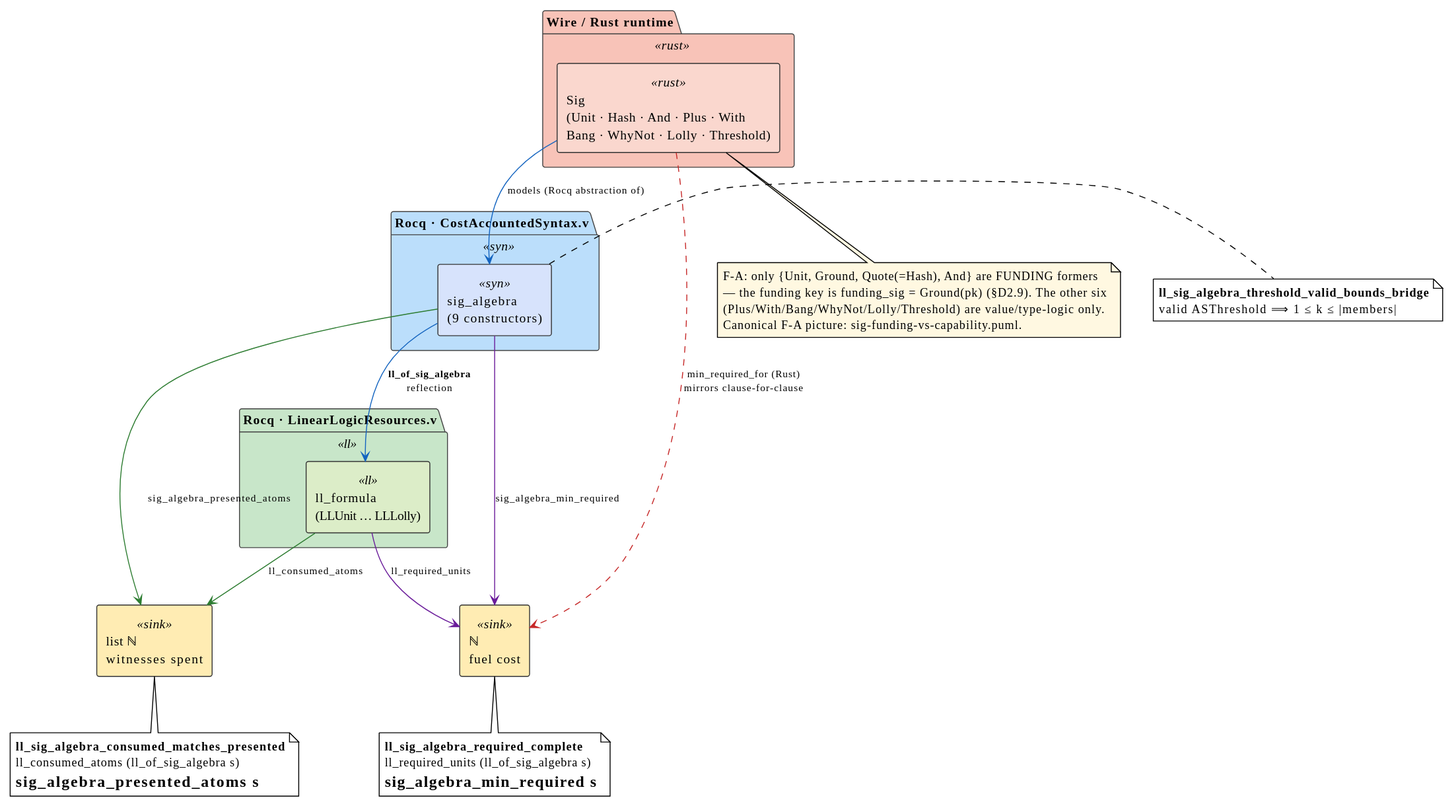
Before: docs/theory/diagrams/ll-reflection-pipeline.svg, a diagram exported from PlantUML (F1R3FLY-io/f1r3node-rust).
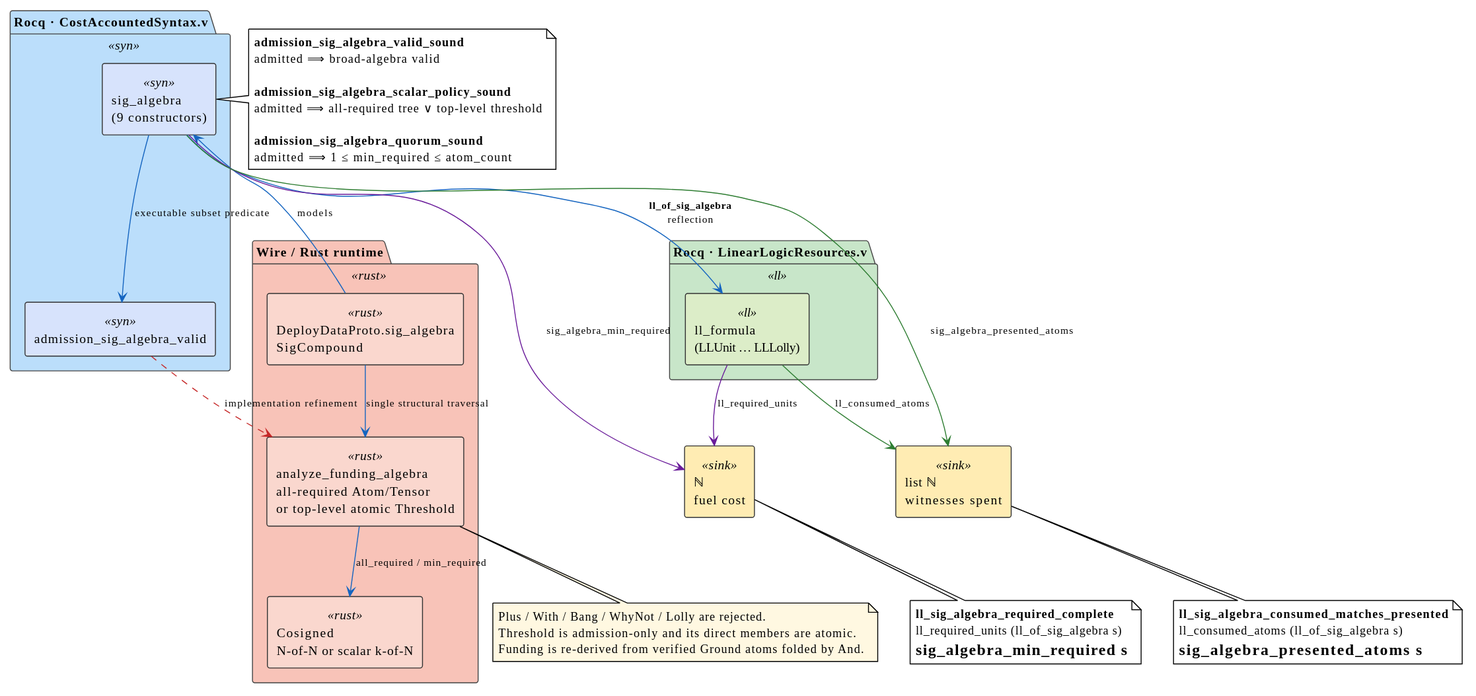
Above is the later version.

What changed in the source:
```diff
@@ -18,10 +18,13 @@
 }
 
 package "Wire / Rust runtime" <<rust>> {
-  component "Sig\n(Unit · Hash · And · Plus · With\nBang · WhyNot · Lolly · Threshold)" <<rust>> as SIG
+  component "DeployDataProto.sig_algebra\nSigCompound" <<rust>> as SIG
+  component "analyze_funding_algebra\nall-required Atom/Tensor\nor top-level atomic Threshold" <<rust>> as ANALYZE
+  component "Cosigned\nN-of-N or scalar k-of-N" <<rust>> as COSIGNED
 }
 package "Rocq · CostAccountedSyntax.v" <<syn>> {
   component "sig_algebra\n(9 constructors)" <<syn>> as SA
+  component "admission_sig_algebra_valid" <<syn>> as ADMIT
 }
 package "Rocq · LinearLogicResources.v" <<ll>> {
   component "ll_formula\n(LLUnit … LLLolly)" <<ll>> as LLF
@@ -29,15 +32,17 @@
 component "ℕ\nfuel cost" <<sink>> as COST
 component "list ℕ\nwitnesses spent" <<sink>> as SPENT
 
-note bottom of SIG #FFF8E1
-F-A: only {Unit, Ground, Quote(=Hash), And} are FUNDING formers
-— the funding key is funding_sig = Ground(pk) (§D2.9). The other six
-(Plus/With/Bang/WhyNot/Lolly/Threshold) are value/type-logic only.
-Canonical F-A picture: sig-funding-vs-capability.puml.
+note bottom of ANALYZE #FFF8E1
+Plus / With / Bang / WhyNot / Lolly are rejected.
+Threshold is admission-only and its direct members are atomic.
+Funding is re-derived from verified Ground atoms folded by And.
 end note
 
-SIG -[#1565C0]-> SA   : models (Rocq abstraction of)
-SIG .[#C62828].> COST : min_required_for (Rust)\nmirrors clause-for-clause
+SIG -[#1565C0]-> ANALYZE : single structural traversal
+ANALYZE -[#1565C0]-> COSIGNED : all_required / min_required
+SIG -[#1565C0]-> SA   : models
+SA -[#1565C0]-> ADMIT : executable subset predicate
+ADMIT .[#C62828].> ANALYZE : implementation refinement
 SA  -[#1565C0]-> LLF  : <b>ll_of_sig_algebra</b>\nreflection
 SA  -[#6A1B9A]-> COST  : sig_algebra_min_required
 LLF -[#6A1B9A]-> COST  : ll_required_units
@@ -55,7 +60,13 @@
   = sig_algebra_presented_atoms s
 end note
 note right of SA
-  <b>ll_sig_algebra_threshold_valid_bounds_bridge</b>
-  valid ASThreshold ⟹ 1 ≤ k ≤ |members|
+  <b>admission_sig_algebra_valid_sound</b>
+  admitted ⟹ broad-algebra valid
+
+  <b>admission_sig_algebra_scalar_policy_sound</b>
+  admitted ⟹ all-required tree ∨ top-level threshold
+
+  <b>admission_sig_algebra_quorum_sound</b>
+  admitted ⟹ 1 ≤ min_required ≤ atom_count
 end note
 @enduml
```
